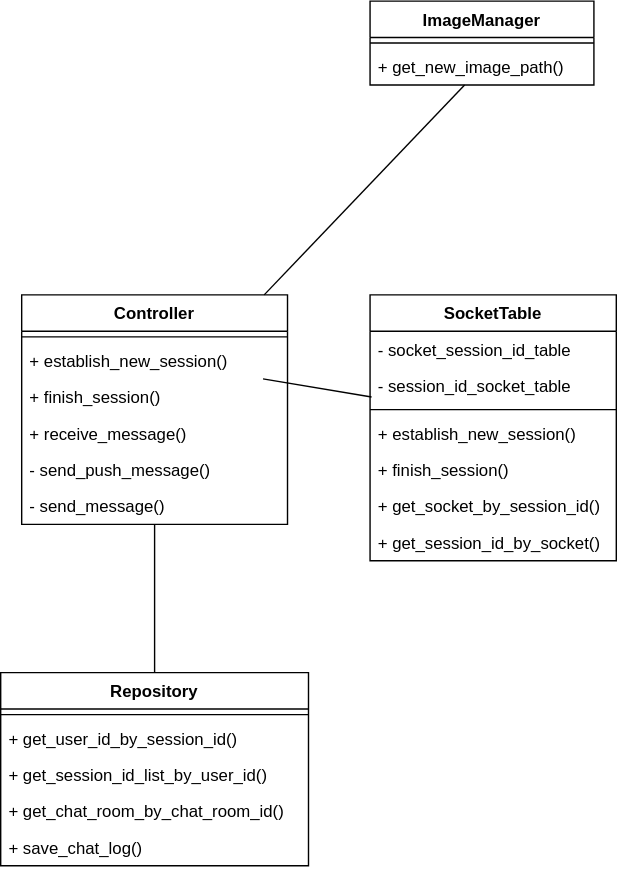
The draw.io diagram 클래스 다이어그램/chat_server_class_diagram.svg in shlim0/2022_capstone1, before a commit. Source tidied: cells renumbered, new cells last; positions are measured from the earlier drawing's top-left corner, leaving out a move shared by most shapes.
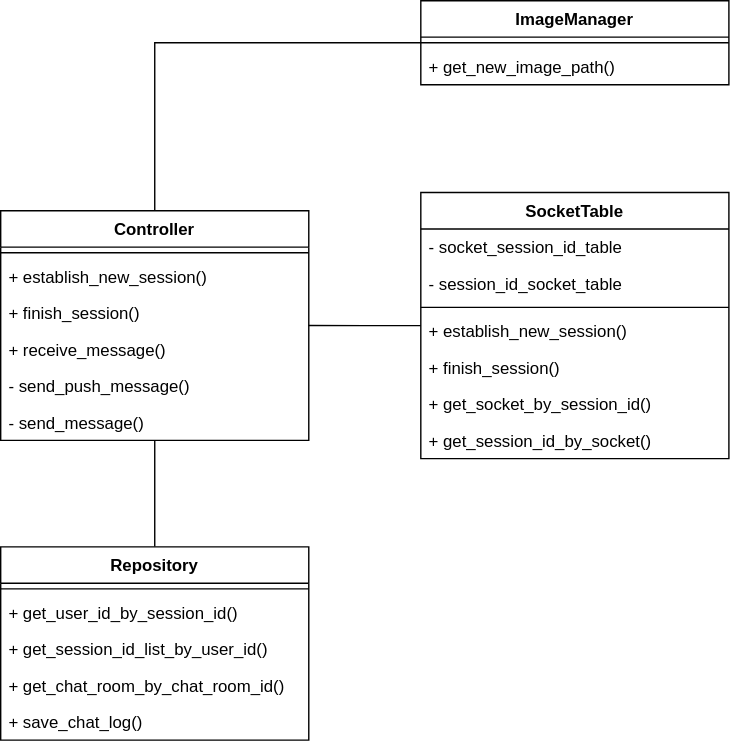
The same diagram one commit later.

The edit, as a diff of the source:
```diff
@@ -2,8 +2,11 @@
   <root>
     <mxCell id="0" />
     <mxCell id="1" parent="0" />
+    <mxCell id="29" style="edgeStyle=orthogonalEdgeStyle;rounded=0;jettySize=auto;html=1;entryX=0.5;entryY=0.997;entryDx=0;entryDy=0;entryPerimeter=0;endArrow=none;endFill=0;" parent="1" edge="1" source="2" target="25">
+      <mxGeometry relative="1" as="geometry" />
+    </mxCell>
     <mxCell id="2" value="Repository" style="swimlane;fontStyle=1;align=center;verticalAlign=top;horizontal=1;startSize=26;" parent="1" vertex="1">
-      <mxGeometry y="480" width="220" height="138" as="geometry" />
+      <mxGeometry x="-20" y="450" width="220" height="138" as="geometry" />
     </mxCell>
     <mxCell id="3" style="line;strokeWidth=1;fillColor=none;align=left;verticalAlign=middle;spacingTop=-1;spacingLeft=3;spacingRight=3;labelPosition=right;strokeColor=inherit;" parent="2" vertex="1">
       <mxGeometry y="26" width="220" height="8" as="geometry" />
@@ -20,70 +23,65 @@
     <mxCell id="7" value="+ save_chat_log()" style="text;strokeColor=none;fillColor=none;align=left;verticalAlign=top;spacingLeft=4;spacingRight=4;overflow=hidden;" parent="2" vertex="1">
       <mxGeometry y="112" width="220" height="26" as="geometry" />
     </mxCell>
+    <mxCell id="30" style="edgeStyle=orthogonalEdgeStyle;rounded=0;jettySize=auto;html=1;entryX=0.999;entryY=0.843;entryDx=0;entryDy=0;entryPerimeter=0;endArrow=none;endFill=0;" parent="1" edge="1" source="8" target="22">
+      <mxGeometry relative="1" as="geometry" />
+    </mxCell>
     <mxCell id="8" value="SocketTable" style="swimlane;fontStyle=1;align=center;verticalAlign=top;horizontal=1;startSize=26;" parent="1" vertex="1">
-      <mxGeometry x="264" y="210" width="176" height="190" as="geometry" />
+      <mxGeometry x="280" y="197" width="220" height="190" as="geometry" />
     </mxCell>
     <mxCell id="9" value="- socket_session_id_table" style="text;strokeColor=none;fillColor=none;align=left;verticalAlign=top;spacingLeft=4;spacingRight=4;overflow=hidden;" parent="8" vertex="1">
-      <mxGeometry y="26" width="176" height="26" as="geometry" />
+      <mxGeometry y="26" width="220" height="26" as="geometry" />
     </mxCell>
     <mxCell id="10" value="- session_id_socket_table" style="text;strokeColor=none;fillColor=none;align=left;verticalAlign=top;spacingLeft=4;spacingRight=4;overflow=hidden;points=[[0,0.5],[1,0.5]];portConstraint=eastwest;" parent="8" vertex="1">
-      <mxGeometry y="52" width="176" height="26" as="geometry" />
+      <mxGeometry y="52" width="220" height="26" as="geometry" />
     </mxCell>
     <mxCell id="11" style="line;strokeWidth=1;fillColor=none;align=left;verticalAlign=middle;spacingTop=-1;spacingLeft=3;spacingRight=3;labelPosition=right;strokeColor=inherit;" parent="8" vertex="1">
-      <mxGeometry y="78" width="176" height="8" as="geometry" />
+      <mxGeometry y="78" width="220" height="8" as="geometry" />
     </mxCell>
     <mxCell id="12" value="+ establish_new_session()" style="text;strokeColor=none;fillColor=none;align=left;verticalAlign=top;spacingLeft=4;spacingRight=4;overflow=hidden;" parent="8" vertex="1">
-      <mxGeometry y="86" width="176" height="26" as="geometry" />
+      <mxGeometry y="86" width="220" height="26" as="geometry" />
     </mxCell>
     <mxCell id="13" value="+ finish_session()" style="text;strokeColor=none;fillColor=none;align=left;verticalAlign=top;spacingLeft=4;spacingRight=4;overflow=hidden;" parent="8" vertex="1">
-      <mxGeometry y="112" width="176" height="26" as="geometry" />
+      <mxGeometry y="112" width="220" height="26" as="geometry" />
     </mxCell>
     <mxCell id="14" value="+ get_socket_by_session_id()" style="text;strokeColor=none;fillColor=none;align=left;verticalAlign=top;spacingLeft=4;spacingRight=4;overflow=hidden;" parent="8" vertex="1">
-      <mxGeometry y="138" width="176" height="26" as="geometry" />
+      <mxGeometry y="138" width="220" height="26" as="geometry" />
     </mxCell>
     <mxCell id="15" value="+ get_session_id_by_socket()" style="text;strokeColor=none;fillColor=none;align=left;verticalAlign=top;spacingLeft=4;spacingRight=4;overflow=hidden;" parent="8" vertex="1">
-      <mxGeometry y="164" width="176" height="26" as="geometry" />
+      <mxGeometry y="164" width="220" height="26" as="geometry" />
     </mxCell>
     <mxCell id="16" value="ImageManager" style="swimlane;fontStyle=1;align=center;verticalAlign=top;horizontal=1;startSize=26;" parent="1" vertex="1">
-      <mxGeometry x="264" width="160" height="60" as="geometry" />
+      <mxGeometry x="280" y="60" width="220" height="60" as="geometry" />
     </mxCell>
     <mxCell id="17" style="line;strokeWidth=1;fillColor=none;align=left;verticalAlign=middle;spacingTop=-1;spacingLeft=3;spacingRight=3;labelPosition=right;strokeColor=inherit;" parent="16" vertex="1">
-      <mxGeometry y="26" width="160" height="8" as="geometry" />
+      <mxGeometry y="26" width="220" height="8" as="geometry" />
     </mxCell>
     <mxCell id="18" value="+ get_new_image_path()" style="text;strokeColor=none;fillColor=none;align=left;verticalAlign=top;spacingLeft=4;spacingRight=4;overflow=hidden;points=[[0,0.5],[1,0.5]];portConstraint=eastwest;" parent="16" vertex="1">
-      <mxGeometry y="34" width="160" height="26" as="geometry" />
+      <mxGeometry y="34" width="220" height="26" as="geometry" />
     </mxCell>
     <mxCell id="19" value="Controller" style="swimlane;fontStyle=1;align=center;verticalAlign=top;horizontal=1;startSize=26;" parent="1" vertex="1">
-      <mxGeometry x="15" y="210" width="190" height="164" as="geometry" />
+      <mxGeometry x="-20" y="210" width="220" height="164" as="geometry" />
     </mxCell>
     <mxCell id="20" style="line;strokeWidth=1;fillColor=none;align=left;verticalAlign=middle;spacingTop=-1;spacingLeft=3;spacingRight=3;labelPosition=right;strokeColor=inherit;" parent="19" vertex="1">
-      <mxGeometry y="26" width="190" height="8" as="geometry" />
+      <mxGeometry y="26" width="220" height="8" as="geometry" />
     </mxCell>
     <mxCell id="21" value="+ establish_new_session()    " style="text;strokeColor=none;fillColor=none;align=left;verticalAlign=top;spacingLeft=4;spacingRight=4;overflow=hidden;points=[[0,0.5],[1,0.5]];portConstraint=eastwest;" parent="19" vertex="1">
-      <mxGeometry y="34" width="190" height="26" as="geometry" />
+      <mxGeometry y="34" width="220" height="26" as="geometry" />
     </mxCell>
     <mxCell id="22" value="+ finish_session()" style="text;strokeColor=none;fillColor=none;align=left;verticalAlign=top;spacingLeft=4;spacingRight=4;overflow=hidden;points=[[0,0.5],[1,0.5]];portConstraint=eastwest;" parent="19" vertex="1">
-      <mxGeometry y="60" width="190" height="26" as="geometry" />
+      <mxGeometry y="60" width="220" height="26" as="geometry" />
     </mxCell>
     <mxCell id="23" value="+ receive_message()" style="text;strokeColor=none;fillColor=none;align=left;verticalAlign=top;spacingLeft=4;spacingRight=4;overflow=hidden;" parent="19" vertex="1">
-      <mxGeometry y="86" width="190" height="26" as="geometry" />
+      <mxGeometry y="86" width="220" height="26" as="geometry" />
     </mxCell>
     <mxCell id="24" value="- send_push_message()" style="text;strokeColor=none;fillColor=none;align=left;verticalAlign=top;spacingLeft=4;spacingRight=4;overflow=hidden;" parent="19" vertex="1">
-      <mxGeometry y="112" width="190" height="26" as="geometry" />
+      <mxGeometry y="112" width="220" height="26" as="geometry" />
     </mxCell>
     <mxCell id="25" value="- send_message()" style="text;strokeColor=none;fillColor=none;align=left;verticalAlign=top;spacingLeft=4;spacingRight=4;overflow=hidden;points=[[0,0.5],[1,0.5]];portConstraint=eastwest;" parent="19" vertex="1">
-      <mxGeometry y="138" width="190" height="26" as="geometry" />
+      <mxGeometry y="138" width="220" height="26" as="geometry" />
     </mxCell>
-    <mxCell id="26" style="endArrow=none;html=1;rounded=0;" parent="1" edge="1" source="18" target="19">
+    <mxCell id="26" style="endArrow=none;html=1;rounded=0;exitX=0;exitY=0.5;exitDx=0;exitDy=0;edgeStyle=orthogonalEdgeStyle;" parent="1" edge="1" source="16" target="19">
       <mxGeometry relative="1" as="geometry" />
     </mxCell>
-    <mxCell id="27" style="endArrow=none;html=1;rounded=0;exitX=0.006;exitY=0.808;exitDx=0;exitDy=0;exitPerimeter=0;" parent="1" edge="1" source="10" target="21">
-      <mxGeometry relative="1" as="geometry" />
-    </mxCell>
-    <mxCell id="28" style="endArrow=none;html=1;rounded=0;" parent="1" edge="1" target="2">
-      <mxGeometry relative="1" as="geometry">
-        <mxPoint x="110" y="374" as="sourcePoint" />
-      </mxGeometry>
-    </mxCell>
   </root>
 </mxGraphModel>
```
